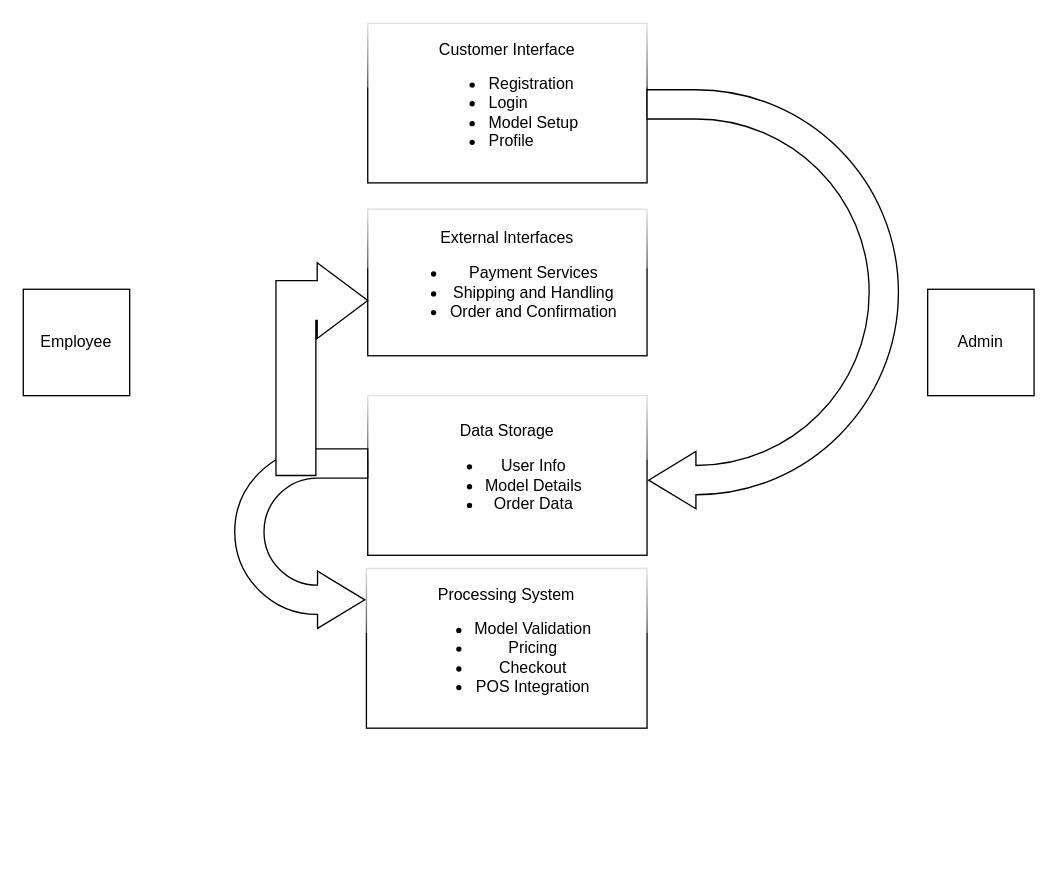
ElhamDevelopmentStudio/elhamdev keeps this draw.io diagram as js/Untitled Diagram.drawio. Above is the earlier version. Source tidied: cells renumbered, new cells numbered last; positions are measured from the earlier drawing's top-left corner, leaving out a move shared by most shapes. Both pictures are drawn from the tidied source at 133%, with x=0, y=0 at pixel (23, 23).
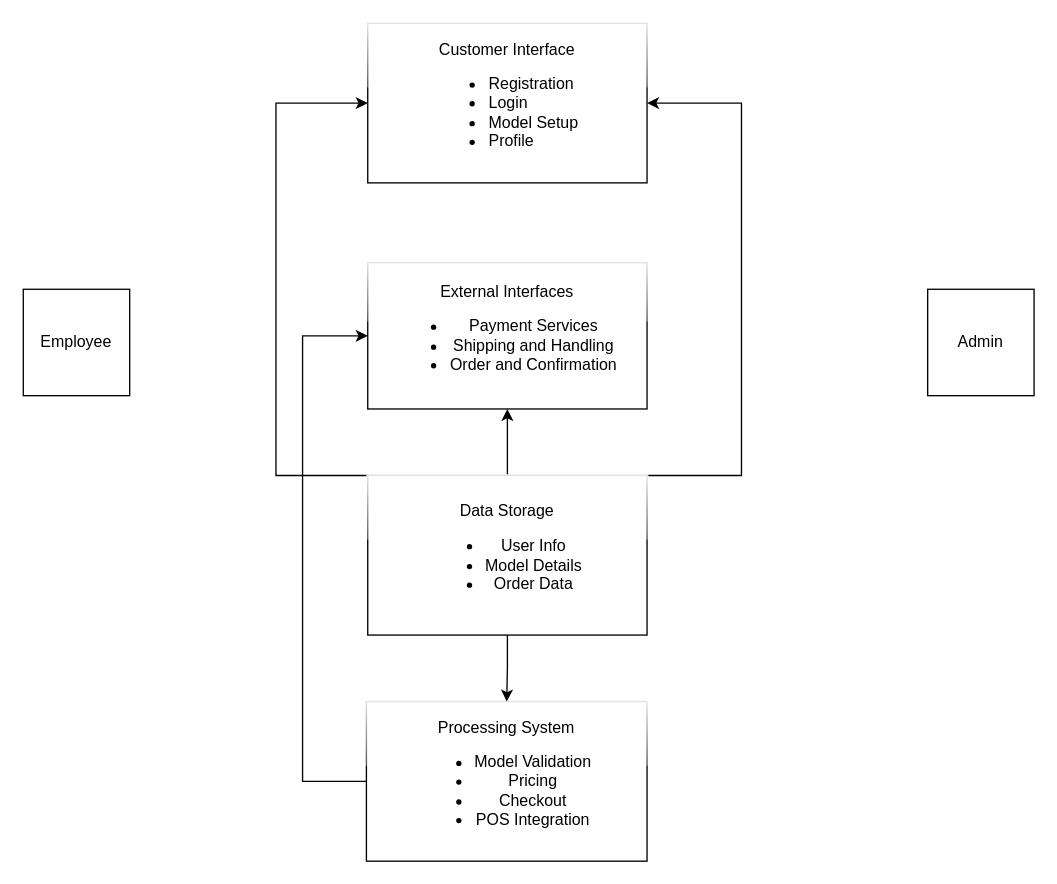
The same diagram, later.

Change to the diagram source:
```diff
@@
 <mxGraphModel>
   <root>
     <mxCell id="0" />
     <mxCell id="1" parent="0" />
+    <mxCell id="11" style="edgeStyle=orthogonalEdgeStyle;rounded=0;jettySize=auto;html=1;entryX=0;entryY=0.5;entryDx=0;entryDy=0;" parent="1" edge="1" source="2" target="4">
+      <mxGeometry relative="1" as="geometry">
+        <Array as="points">
+          <mxPoint x="210" y="570" />
+          <mxPoint x="210" y="235" />
+        </Array>
+      </mxGeometry>
+    </mxCell>
     <mxCell id="2" value="Processing System&lt;br&gt;&lt;ul&gt;&lt;li&gt;Model Validation&lt;/li&gt;&lt;li&gt;Pricing&lt;/li&gt;&lt;li&gt;Checkout&lt;/li&gt;&lt;li&gt;POS Integration&lt;/li&gt;&lt;/ul&gt;" style="rounded=0;whiteSpace=wrap;html=1;fontSize=12;glass=1;strokeWidth=1;shadow=0;" parent="1" vertex="1">
-      <mxGeometry x="258" y="410" width="211" height="120" as="geometry" />
+      <mxGeometry x="258" y="510" width="211" height="120" as="geometry" />
     </mxCell>
     <mxCell id="3" value="Customer Interface&lt;br&gt;&lt;div style=&quot;text-align: left;&quot;&gt;&lt;ul&gt;&lt;li&gt;&lt;span style=&quot;background-color: initial;&quot;&gt;Registration&lt;/span&gt;&lt;/li&gt;&lt;li&gt;&lt;span style=&quot;background-color: initial;&quot;&gt;Login&lt;/span&gt;&lt;/li&gt;&lt;li&gt;&lt;span style=&quot;background-color: initial;&quot;&gt;Model Setup&lt;/span&gt;&lt;/li&gt;&lt;li&gt;&lt;span style=&quot;background-color: initial;&quot;&gt;Profile&lt;/span&gt;&lt;/li&gt;&lt;/ul&gt;&lt;/div&gt;" style="rounded=0;whiteSpace=wrap;html=1;fontSize=12;glass=1;strokeWidth=1;shadow=0;" parent="1" vertex="1">
       <mxGeometry x="259" width="210" height="120" as="geometry" />
     </mxCell>
     <mxCell id="4" value="External Interfaces&lt;br&gt;&lt;ul&gt;&lt;li&gt;Payment Services&lt;/li&gt;&lt;li&gt;Shipping and Handling&lt;/li&gt;&lt;li&gt;Order and Confirmation&lt;/li&gt;&lt;/ul&gt;" style="rounded=0;whiteSpace=wrap;html=1;fontSize=12;glass=1;strokeWidth=1;shadow=0;" parent="1" vertex="1">
-      <mxGeometry x="259" y="140" width="210" height="110" as="geometry" />
+      <mxGeometry x="259" y="180" width="210" height="110" as="geometry" />
     </mxCell>
+    <mxCell id="12" style="edgeStyle=orthogonalEdgeStyle;rounded=0;jettySize=auto;html=1;entryX=1;entryY=0.5;entryDx=0;entryDy=0;" parent="1" edge="1" source="5" target="3">
+      <mxGeometry relative="1" as="geometry">
+        <Array as="points">
+          <mxPoint x="540" y="340" />
+          <mxPoint x="540" y="60" />
+        </Array>
+      </mxGeometry>
+    </mxCell>
+    <mxCell id="13" style="edgeStyle=orthogonalEdgeStyle;rounded=0;jettySize=auto;html=1;entryX=0;entryY=0.5;entryDx=0;entryDy=0;" parent="1" edge="1" source="5" target="3">
+      <mxGeometry relative="1" as="geometry">
+        <Array as="points">
+          <mxPoint x="190" y="340" />
+          <mxPoint x="190" y="60" />
+        </Array>
+      </mxGeometry>
+    </mxCell>
+    <mxCell id="14" style="edgeStyle=orthogonalEdgeStyle;rounded=0;jettySize=auto;html=1;" parent="1" edge="1" source="5" target="2">
+      <mxGeometry relative="1" as="geometry" />
+    </mxCell>
+    <mxCell id="15" style="edgeStyle=orthogonalEdgeStyle;rounded=0;jettySize=auto;html=1;" parent="1" edge="1" source="5" target="4">
+      <mxGeometry relative="1" as="geometry" />
+    </mxCell>
     <mxCell id="5" value="Data Storage&lt;br&gt;&lt;ul&gt;&lt;li&gt;User Info&lt;/li&gt;&lt;li&gt;Model Details&lt;/li&gt;&lt;li&gt;Order Data&lt;/li&gt;&lt;/ul&gt;" style="rounded=0;whiteSpace=wrap;html=1;fontSize=12;glass=1;strokeWidth=1;shadow=0;" parent="1" vertex="1">
-      <mxGeometry x="259" y="280" width="210" height="120" as="geometry" />
+      <mxGeometry x="259" y="340" width="210" height="120" as="geometry" />
     </mxCell>
     <mxCell id="6" value="Employee" style="whiteSpace=wrap;html=1;" parent="1" vertex="1">
       <mxGeometry y="200" width="80" height="80" as="geometry" />
     </mxCell>
     <mxCell id="7" value="Admin" style="whiteSpace=wrap;html=1;" parent="1" vertex="1">
       <mxGeometry x="680" y="200" width="80" height="80" as="geometry" />
     </mxCell>
-    <mxCell id="8" style="html=1;shadow=0;dashed=0;align=center;verticalAlign=middle;shape=mxgraph.arrows2.uTurnArrow;dy=11;arrowHead=43;dx2=35.55;direction=east;rotation=-180;flipH=1;" parent="1" vertex="1">
-      <mxGeometry x="159" y="320" width="100" height="135" as="geometry" />
-    </mxCell>
-    <mxCell id="9" style="html=1;shadow=0;dashed=0;align=center;verticalAlign=middle;shape=mxgraph.arrows2.uTurnArrow;dy=11;arrowHead=43;dx2=35.55;direction=east;rotation=-180;flipH=0;" parent="1" vertex="1">
-      <mxGeometry x="469" y="50" width="189" height="315" as="geometry" />
-    </mxCell>
-    <mxCell id="10" style="html=1;shadow=0;dashed=0;align=center;verticalAlign=middle;shape=mxgraph.arrows2.bendArrow;dy=15;dx=38;notch=0;arrowHead=57;rounded=0;" parent="1" vertex="1">
-      <mxGeometry x="190" y="180" width="69" height="160" as="geometry" />
-    </mxCell>
   </root>
 </mxGraphModel>
```
